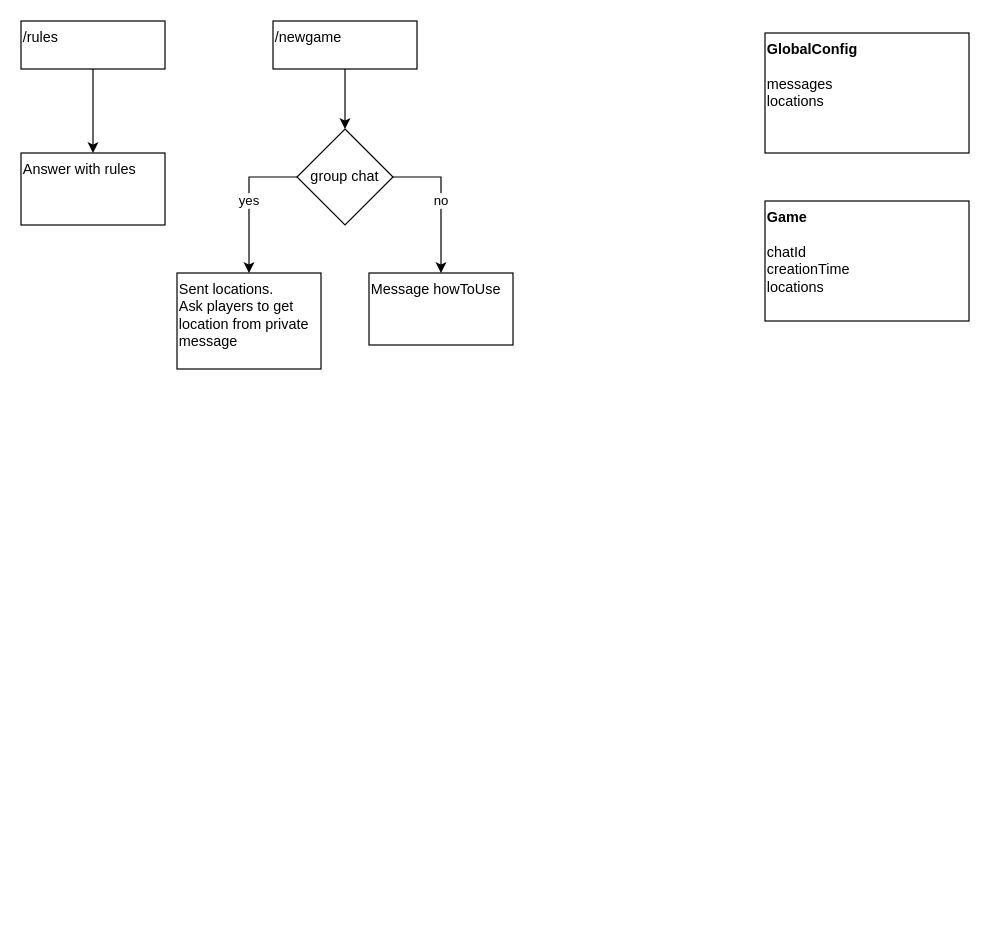
This is business-flow.drawio from vendigo/spyfall-bot, a draw.io file, before an edit. Source tidied: cells renumbered, new cells numbered last; positions are measured from the earlier drawing's top-left corner, leaving out a move shared by most shapes. Both pictures are drawn from the tidied source at 120%, with x=0, y=0 at pixel (20, 20).
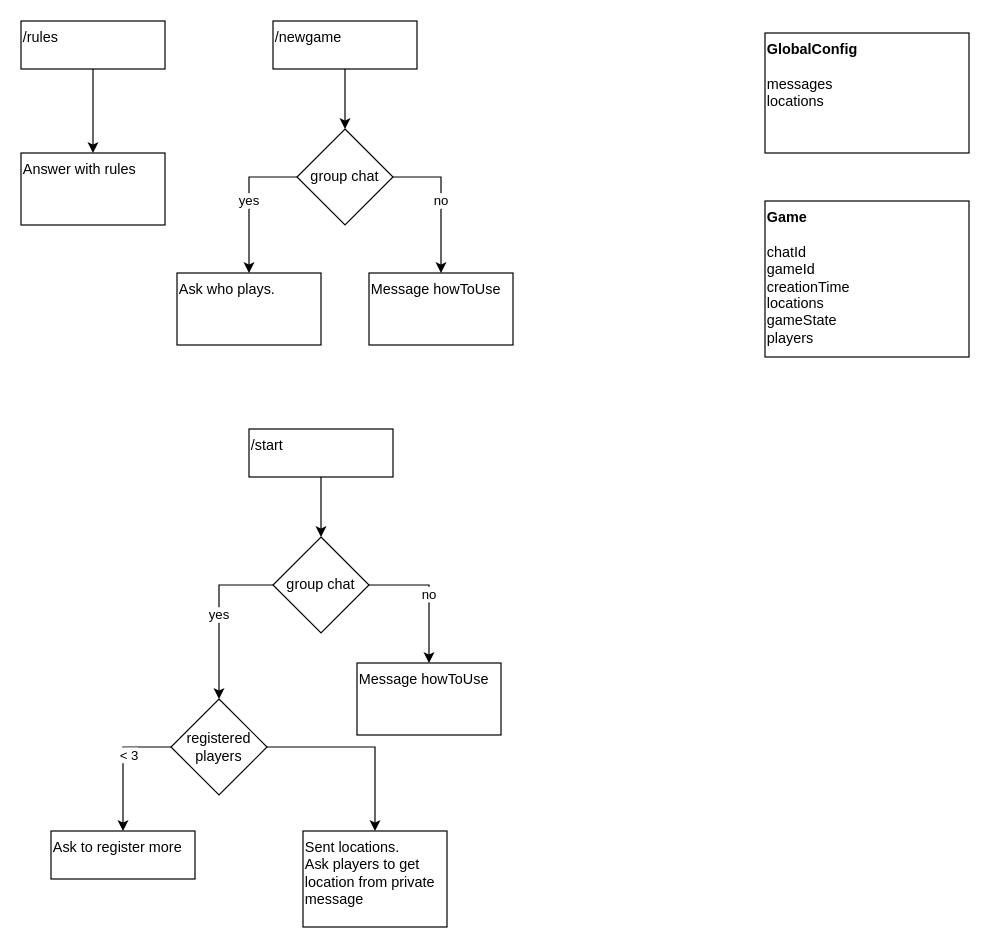
Above is the later version.

Commit message (it also covers changes not shown here):
Create game, Start game, Add player.

Unchanged cells that the change refers to:
```xml
<mxCell id="11" value="group chat" style="rhombus;whiteSpace=wrap;html=1;align=center;verticalAlign=middle;" parent="1" vertex="1">
  <mxGeometry x="230" y="90" width="80" height="80" as="geometry" />
</mxCell>
```

What changed in the source:
```diff
@@
     <mxCell id="8" value="Sent locations.&amp;nbsp;&lt;br&gt;Ask players to get location from private message" style="rounded=0;whiteSpace=wrap;html=1;align=left;verticalAlign=top;" parent="1" vertex="1">
-      <mxGeometry x="130" y="210" width="120" height="80" as="geometry" />
+      <mxGeometry x="235" y="675" width="120" height="80" as="geometry" />
     </mxCell>
-    <mxCell id="9" value="yes" style="edgeStyle=orthogonalEdgeStyle;rounded=0;jettySize=auto;html=1;exitX=0;exitY=0.5;exitDx=0;exitDy=0;entryX=0.5;entryY=0;entryDx=0;entryDy=0;" parent="1" edge="1" source="11" target="8">
+    <mxCell id="9" value="yes" style="edgeStyle=orthogonalEdgeStyle;rounded=0;jettySize=auto;html=1;exitX=0;exitY=0.5;exitDx=0;exitDy=0;entryX=0.5;entryY=0;entryDx=0;entryDy=0;entryPerimeter=0;" parent="1" edge="1" source="11" target="14">
       <mxGeometry relative="1" as="geometry" />
     </mxCell>
@@
-    <mxCell id="13" value="&lt;b&gt;Game&lt;/b&gt;&lt;br&gt;&lt;br&gt;chatId&lt;br&gt;creationTime&lt;br&gt;locations" style="rounded=0;whiteSpace=wrap;html=1;verticalAlign=top;align=left;" parent="1" vertex="1">
-      <mxGeometry x="620" y="150" width="170" height="100" as="geometry" />
+    <mxCell id="13" value="&lt;b&gt;Game&lt;/b&gt;&lt;br&gt;&lt;br&gt;chatId&lt;br&gt;gameId&lt;br&gt;creationTime&lt;br&gt;locations&lt;br&gt;gameState&lt;br&gt;players" style="rounded=0;whiteSpace=wrap;html=1;verticalAlign=top;align=left;" parent="1" vertex="1">
+      <mxGeometry x="620" y="150" width="170" height="130" as="geometry" />
     </mxCell>
+    <mxCell id="14" value="Ask who plays.&amp;nbsp;" style="rounded=0;whiteSpace=wrap;html=1;align=left;verticalAlign=top;" parent="1" vertex="1">
+      <mxGeometry x="130" y="210" width="120" height="60" as="geometry" />
+    </mxCell>
+    <mxCell id="15" style="edgeStyle=orthogonalEdgeStyle;rounded=0;jettySize=auto;html=1;exitX=0.5;exitY=1;exitDx=0;exitDy=0;entryX=0.5;entryY=0;entryDx=0;entryDy=0;" parent="1" edge="1" source="16" target="24">
+      <mxGeometry relative="1" as="geometry" />
+    </mxCell>
+    <mxCell id="16" value="/start" style="rounded=0;whiteSpace=wrap;html=1;align=left;verticalAlign=top;" parent="1" vertex="1">
+      <mxGeometry x="190" y="340" width="120" height="40" as="geometry" />
+    </mxCell>
+    <mxCell id="17" style="edgeStyle=orthogonalEdgeStyle;rounded=0;jettySize=auto;html=1;exitX=0;exitY=0.5;exitDx=0;exitDy=0;" parent="1" edge="1" source="20" target="21">
+      <mxGeometry relative="1" as="geometry" />
+    </mxCell>
+    <mxCell id="18" value="&amp;lt; 3" style="edgeLabel;html=1;align=center;verticalAlign=middle;" parent="17" vertex="1">
+      <mxGeometry x="-0.16" y="4" relative="1" as="geometry" />
+    </mxCell>
+    <mxCell id="19" style="edgeStyle=orthogonalEdgeStyle;rounded=0;jettySize=auto;html=1;exitX=1;exitY=0.5;exitDx=0;exitDy=0;entryX=0.5;entryY=0;entryDx=0;entryDy=0;" parent="1" edge="1" source="20" target="8">
+      <mxGeometry relative="1" as="geometry" />
+    </mxCell>
+    <mxCell id="20" value="registered players" style="rhombus;whiteSpace=wrap;html=1;align=center;verticalAlign=middle;" parent="1" vertex="1">
+      <mxGeometry x="125" y="565" width="80" height="80" as="geometry" />
+    </mxCell>
+    <mxCell id="21" value="Ask to register more" style="rounded=0;whiteSpace=wrap;html=1;align=left;verticalAlign=top;" parent="1" vertex="1">
+      <mxGeometry x="25" y="675" width="120" height="40" as="geometry" />
+    </mxCell>
+    <mxCell id="22" value="yes" style="edgeStyle=orthogonalEdgeStyle;rounded=0;jettySize=auto;html=1;exitX=0;exitY=0.5;exitDx=0;exitDy=0;entryX=0.5;entryY=0;entryDx=0;entryDy=0;" parent="1" edge="1" source="24" target="20">
+      <mxGeometry relative="1" as="geometry" />
+    </mxCell>
+    <mxCell id="23" value="no" style="edgeStyle=orthogonalEdgeStyle;rounded=0;jettySize=auto;html=1;exitX=1;exitY=0.5;exitDx=0;exitDy=0;" parent="1" edge="1" source="24" target="25">
+      <mxGeometry relative="1" as="geometry" />
+    </mxCell>
+    <mxCell id="24" value="group chat" style="rhombus;whiteSpace=wrap;html=1;align=center;verticalAlign=middle;" parent="1" vertex="1">
+      <mxGeometry x="210" y="430" width="80" height="80" as="geometry" />
+    </mxCell>
+    <mxCell id="25" value="Message howToUse" style="rounded=0;whiteSpace=wrap;html=1;align=left;verticalAlign=top;" parent="1" vertex="1">
+      <mxGeometry x="280" y="535" width="120" height="60" as="geometry" />
+    </mxCell>
```
